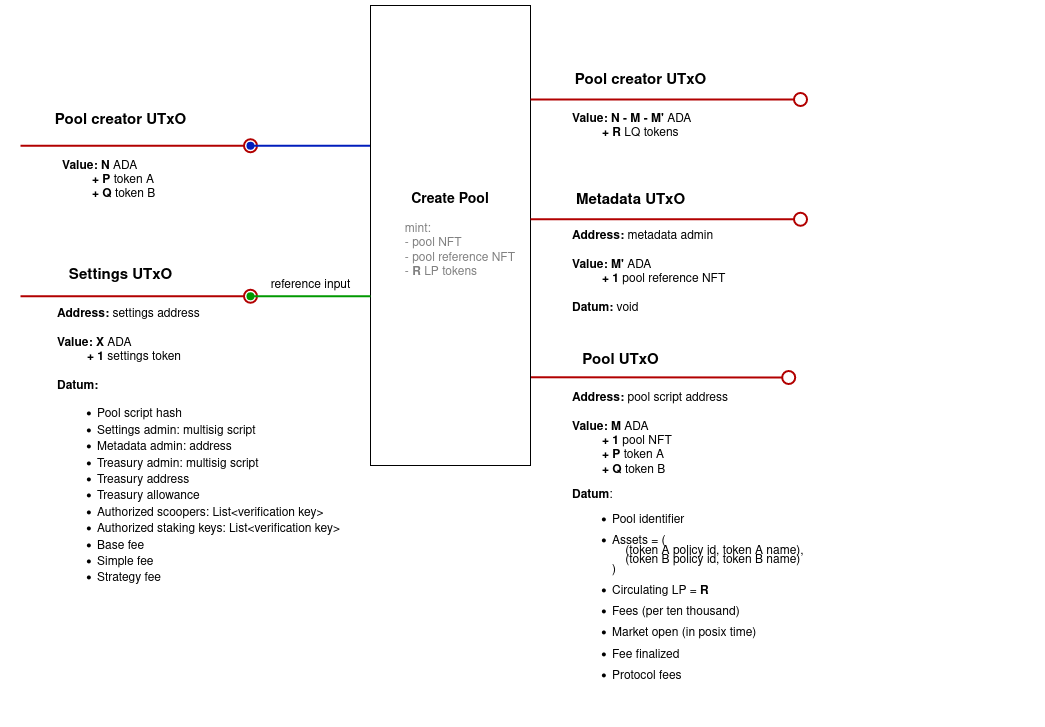
Before: src/img/create_pool.png, a diagram exported from draw.io (txpipe-shop/sundae-swap). Source tidied: cells renumbered, new cells last; positions are measured from the earlier drawing's top-left corner, leaving out a move shared by most shapes.
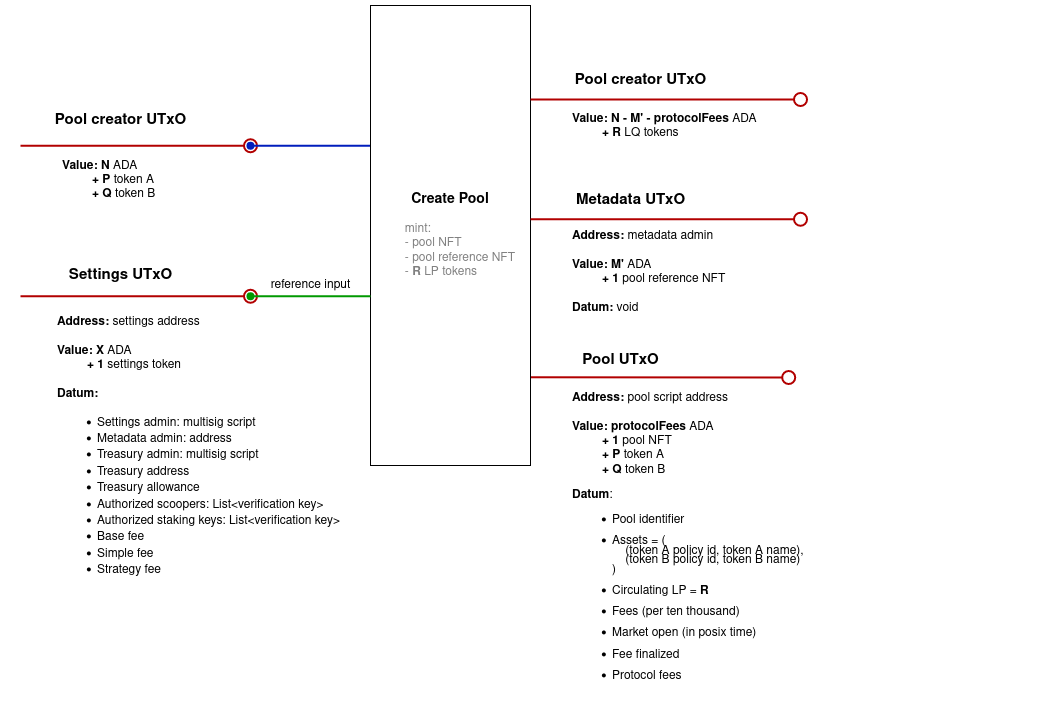
After the commit.

Commit message:
create pool: 1st version of tx description, fix tx diagram, fix failure scenarios

The edit, as a diff of the source:
```diff
@@ -29,7 +29,7 @@
     <mxCell id="7" value="&lt;font style=&quot;font-size: 15px;&quot;&gt;&lt;b style=&quot;font-size: 12px;&quot;&gt;&lt;font style=&quot;font-size: 15px;&quot;&gt;Pool creator UTxO&lt;/font&gt;&lt;/b&gt;&lt;b&gt;&lt;br&gt;&lt;/b&gt;&lt;/font&gt;" style="text;html=1;align=center;verticalAlign=middle;strokeColor=none;fillColor=none;" parent="1" vertex="1">
       <mxGeometry x="25" y="100" width="150" height="30" as="geometry" />
     </mxCell>
-    <mxCell id="8" value="&lt;div&gt;&lt;b&gt;Address: &lt;/b&gt;pool script address&lt;b&gt;&lt;br&gt;&lt;br&gt;Value: M &lt;/b&gt;ADA&lt;b&gt;&lt;br&gt;&amp;nbsp;&amp;nbsp;&amp;nbsp;&amp;nbsp;&amp;nbsp;&amp;nbsp;&amp;nbsp;&amp;nbsp; + 1 &lt;/b&gt;pool NFT&lt;br&gt;&lt;/div&gt;&lt;div&gt;&lt;b&gt;&amp;nbsp;&amp;nbsp;&amp;nbsp;&amp;nbsp;&amp;nbsp;&amp;nbsp;&amp;nbsp;&amp;nbsp; + &lt;/b&gt;&lt;b&gt;P &lt;/b&gt;token A&lt;br&gt;&lt;/div&gt;&lt;div&gt;&lt;b&gt;&amp;nbsp;&amp;nbsp;&amp;nbsp;&amp;nbsp;&amp;nbsp;&amp;nbsp;&amp;nbsp;&amp;nbsp; + Q &lt;/b&gt;token B&lt;br&gt;&lt;/div&gt;&lt;div&gt;&lt;p style=&quot;line-height: 100%;&quot;&gt;&lt;b&gt;Datum&lt;/b&gt;:&lt;/p&gt;&lt;ul style=&quot;line-height: 80%;&quot;&gt;&lt;li&gt;Pool identifier&lt;br&gt;&lt;/li&gt;&lt;br&gt;&lt;li&gt;Assets = (&lt;br&gt;&amp;nbsp;&amp;nbsp;&amp;nbsp; (token A policy id, token A name),&lt;br&gt;&amp;nbsp;&amp;nbsp;&amp;nbsp; (token B policy id, token B name)&lt;br&gt;)&lt;br&gt;&lt;/li&gt;&lt;br&gt;&lt;li&gt;Circulating LP = &lt;b&gt;R&lt;/b&gt;&lt;br&gt;&lt;/li&gt;&lt;br&gt;&lt;li&gt;Fees (per ten thousand)&lt;br&gt;&lt;br&gt;&lt;/li&gt;&lt;li&gt;Market open (in posix time)&lt;br&gt;&lt;br&gt;&lt;/li&gt;&lt;li&gt;Fee finalized&lt;br&gt;&lt;br&gt;&lt;/li&gt;&lt;li&gt;Protocol fees&lt;br&gt;&lt;br&gt;&lt;/li&gt;&lt;br&gt;&lt;br&gt;&lt;/ul&gt;&lt;/div&gt;" style="text;html=1;strokeColor=none;fillColor=none;align=left;verticalAlign=middle;whiteSpace=wrap;rounded=0;" parent="1" vertex="1">
+    <mxCell id="8" value="&lt;div&gt;&lt;b&gt;Address: &lt;/b&gt;pool script address&lt;b&gt;&lt;br&gt;&lt;br&gt;Value: protocolFees &lt;/b&gt;ADA&lt;b&gt;&lt;br&gt;&amp;nbsp;&amp;nbsp;&amp;nbsp;&amp;nbsp;&amp;nbsp;&amp;nbsp;&amp;nbsp;&amp;nbsp; + 1 &lt;/b&gt;pool NFT&lt;br&gt;&lt;/div&gt;&lt;div&gt;&lt;b&gt;&amp;nbsp;&amp;nbsp;&amp;nbsp;&amp;nbsp;&amp;nbsp;&amp;nbsp;&amp;nbsp;&amp;nbsp; + &lt;/b&gt;&lt;b&gt;P &lt;/b&gt;token A&lt;br&gt;&lt;/div&gt;&lt;div&gt;&lt;b&gt;&amp;nbsp;&amp;nbsp;&amp;nbsp;&amp;nbsp;&amp;nbsp;&amp;nbsp;&amp;nbsp;&amp;nbsp; + Q &lt;/b&gt;token B&lt;br&gt;&lt;/div&gt;&lt;div&gt;&lt;p style=&quot;line-height: 100%;&quot;&gt;&lt;b&gt;Datum&lt;/b&gt;:&lt;/p&gt;&lt;ul style=&quot;line-height: 80%;&quot;&gt;&lt;li&gt;Pool identifier&lt;br&gt;&lt;/li&gt;&lt;br&gt;&lt;li&gt;Assets = (&lt;br&gt;&amp;nbsp;&amp;nbsp;&amp;nbsp; (token A policy id, token A name),&lt;br&gt;&amp;nbsp;&amp;nbsp;&amp;nbsp; (token B policy id, token B name)&lt;br&gt;)&lt;br&gt;&lt;/li&gt;&lt;br&gt;&lt;li&gt;Circulating LP = &lt;b&gt;R&lt;/b&gt;&lt;br&gt;&lt;/li&gt;&lt;br&gt;&lt;li&gt;Fees (per ten thousand)&lt;br&gt;&lt;br&gt;&lt;/li&gt;&lt;li&gt;Market open (in posix time)&lt;br&gt;&lt;br&gt;&lt;/li&gt;&lt;li&gt;Fee finalized&lt;br&gt;&lt;br&gt;&lt;/li&gt;&lt;li&gt;Protocol fees&lt;br&gt;&lt;br&gt;&lt;/li&gt;&lt;br&gt;&lt;br&gt;&lt;/ul&gt;&lt;/div&gt;" style="text;html=1;strokeColor=none;fillColor=none;align=left;verticalAlign=middle;whiteSpace=wrap;rounded=0;" parent="1" vertex="1">
       <mxGeometry x="550" y="530" width="470" height="41" as="geometry" />
     </mxCell>
     <mxCell id="9" value="&lt;font style=&quot;font-size: 15px;&quot;&gt;&lt;b style=&quot;font-size: 12px;&quot;&gt;&lt;font style=&quot;font-size: 15px;&quot;&gt;Pool UTxO&lt;br&gt;&lt;/font&gt;&lt;/b&gt;&lt;/font&gt;" style="text;html=1;align=center;verticalAlign=middle;strokeColor=none;fillColor=none;" parent="1" vertex="1">
@@ -41,7 +41,7 @@
         <mxPoint x="780" y="94" as="targetPoint" />
       </mxGeometry>
     </mxCell>
-    <mxCell id="11" value="&lt;div&gt;&lt;b&gt;Value: N - M - M'&lt;/b&gt; ADA&lt;b&gt;&lt;br&gt;&lt;/b&gt;&lt;/div&gt;&amp;nbsp;&amp;nbsp;&amp;nbsp;&amp;nbsp;&amp;nbsp;&amp;nbsp;&amp;nbsp;&amp;nbsp; &lt;b&gt;+&lt;/b&gt; &lt;b&gt;R&lt;/b&gt; LQ tokens" style="text;html=1;strokeColor=none;fillColor=none;align=left;verticalAlign=middle;whiteSpace=wrap;rounded=0;" parent="1" vertex="1">
+    <mxCell id="11" value="&lt;div&gt;&lt;b&gt;Value: N - M'&lt;/b&gt;&lt;b&gt; - protocolFees&lt;/b&gt; ADA&lt;b&gt;&lt;br&gt;&lt;/b&gt;&lt;/div&gt;&amp;nbsp;&amp;nbsp;&amp;nbsp;&amp;nbsp;&amp;nbsp;&amp;nbsp;&amp;nbsp;&amp;nbsp; &lt;b&gt;+&lt;/b&gt; &lt;b&gt;R&lt;/b&gt; LQ tokens" style="text;html=1;strokeColor=none;fillColor=none;align=left;verticalAlign=middle;whiteSpace=wrap;rounded=0;" parent="1" vertex="1">
       <mxGeometry x="550" y="100" width="310" height="41" as="geometry" />
     </mxCell>
     <mxCell id="12" value="&lt;font style=&quot;font-size: 15px;&quot;&gt;&lt;b style=&quot;font-size: 12px;&quot;&gt;&lt;font style=&quot;font-size: 15px;&quot;&gt;Pool creator UTxO&lt;/font&gt;&lt;/b&gt;&lt;b&gt;&lt;br&gt;&lt;/b&gt;&lt;/font&gt;" style="text;html=1;align=center;verticalAlign=middle;strokeColor=none;fillColor=none;" parent="1" vertex="1">
@@ -59,7 +59,7 @@
         <mxPoint x="230" y="290.8" as="targetPoint" />
       </mxGeometry>
     </mxCell>
-    <mxCell id="15" value="&lt;div&gt;&lt;b&gt;&lt;br&gt;Address: &lt;/b&gt;settings address&lt;br&gt;&lt;b&gt;&lt;br&gt;Value: X &lt;/b&gt;ADA&lt;/div&gt;&lt;div&gt;&lt;b&gt;&amp;nbsp;&amp;nbsp;&amp;nbsp;&amp;nbsp;&amp;nbsp;&amp;nbsp;&amp;nbsp;&amp;nbsp; + 1 &lt;/b&gt;settings token&lt;br&gt;&lt;/div&gt;&lt;div&gt;&lt;br&gt;&lt;/div&gt;&lt;div&gt;&lt;b&gt;Datum: &lt;/b&gt;&lt;br&gt;&lt;ul&gt;&lt;li&gt;Pool script hash&lt;/li&gt;&lt;li&gt;Settings admin: multisig script&lt;br&gt;&lt;/li&gt;&lt;li&gt;Metadata admin: address&lt;/li&gt;&lt;li&gt;Treasury admin: multisig script&lt;/li&gt;&lt;li&gt;Treasury address&lt;/li&gt;&lt;li&gt;Treasury allowance&lt;/li&gt;&lt;li&gt;Authorized scoopers: List&amp;lt;verification key&amp;gt;&lt;/li&gt;&lt;li&gt;Authorized staking keys: List&amp;lt;verification key&amp;gt;&lt;/li&gt;&lt;li&gt;Base fee&lt;/li&gt;&lt;li&gt;Simple fee&lt;/li&gt;&lt;li&gt;Strategy fee&lt;br&gt;&lt;/li&gt;&lt;/ul&gt;&lt;/div&gt;" style="text;html=1;strokeColor=none;fillColor=none;align=left;verticalAlign=middle;whiteSpace=wrap;rounded=0;" parent="1" vertex="1">
+    <mxCell id="15" value="&lt;div&gt;&lt;b&gt;&lt;br&gt;Address: &lt;/b&gt;settings address&lt;br&gt;&lt;b&gt;&lt;br&gt;Value: X &lt;/b&gt;ADA&lt;/div&gt;&lt;div&gt;&lt;b&gt;&amp;nbsp;&amp;nbsp;&amp;nbsp;&amp;nbsp;&amp;nbsp;&amp;nbsp;&amp;nbsp;&amp;nbsp; + 1 &lt;/b&gt;settings token&lt;br&gt;&lt;/div&gt;&lt;div&gt;&lt;br&gt;&lt;/div&gt;&lt;div&gt;&lt;b&gt;Datum: &lt;/b&gt;&lt;br&gt;&lt;ul&gt;&lt;li&gt;Settings admin: multisig script&lt;br&gt;&lt;/li&gt;&lt;li&gt;Metadata admin: address&lt;/li&gt;&lt;li&gt;Treasury admin: multisig script&lt;/li&gt;&lt;li&gt;Treasury address&lt;/li&gt;&lt;li&gt;Treasury allowance&lt;/li&gt;&lt;li&gt;Authorized scoopers: List&amp;lt;verification key&amp;gt;&lt;/li&gt;&lt;li&gt;Authorized staking keys: List&amp;lt;verification key&amp;gt;&lt;/li&gt;&lt;li&gt;Base fee&lt;/li&gt;&lt;li&gt;Simple fee&lt;/li&gt;&lt;li&gt;Strategy fee&lt;br&gt;&lt;/li&gt;&lt;/ul&gt;&lt;/div&gt;" style="text;html=1;strokeColor=none;fillColor=none;align=left;verticalAlign=middle;whiteSpace=wrap;rounded=0;" parent="1" vertex="1">
       <mxGeometry x="35" y="419" width="315" height="41" as="geometry" />
     </mxCell>
     <mxCell id="16" value="&lt;b&gt;&lt;font style=&quot;font-size: 15px;&quot;&gt;Settings UTxO&lt;/font&gt;&lt;/b&gt;" style="text;html=1;align=center;verticalAlign=middle;strokeColor=none;fillColor=none;" parent="1" vertex="1">
```
